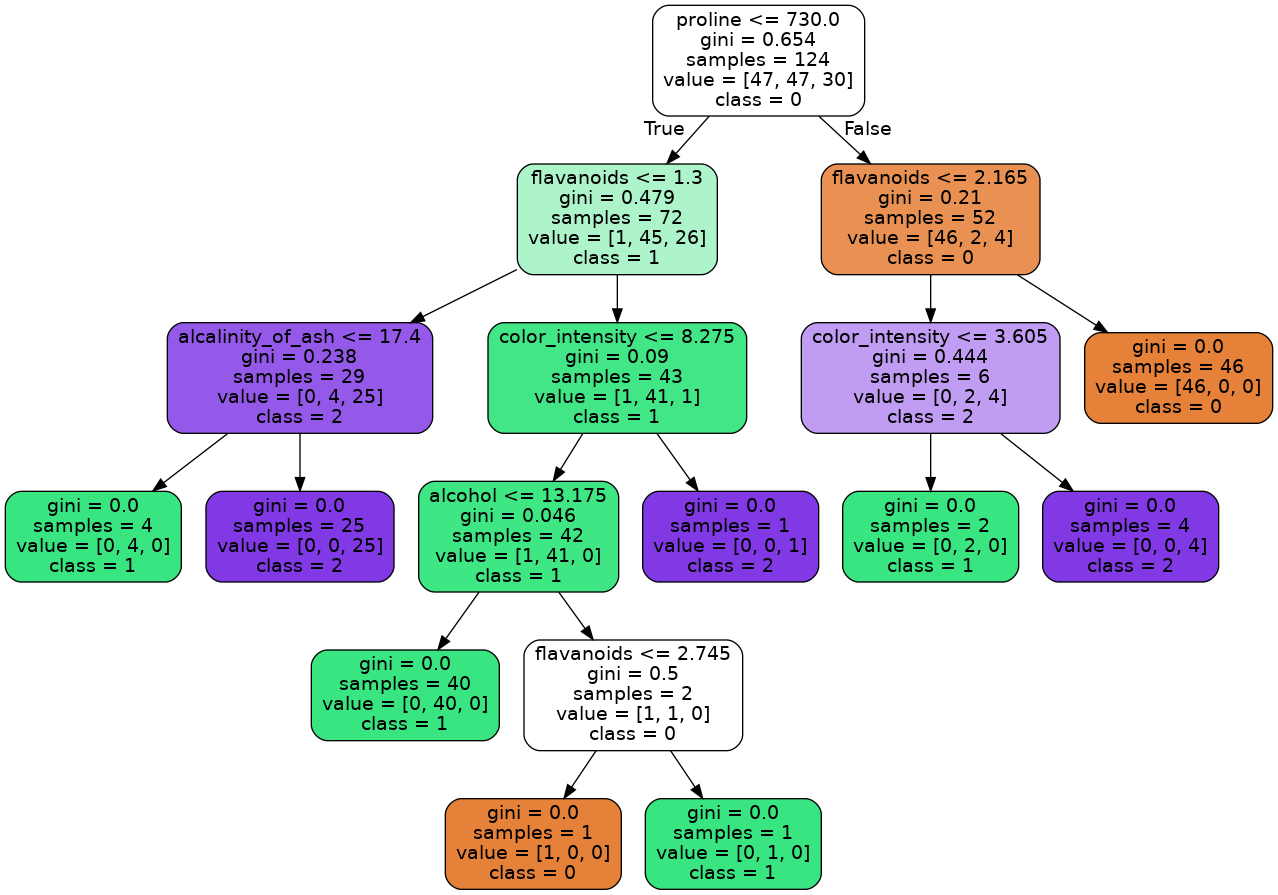
The Graphviz diagram Ch06_監督式學習-分類/tree01.png in mocca006/python2-20250804, before a commit. Its source is kept beside it as Ch06_監督式學習-分類/Tree01.dot. Source of this version:
```dot
digraph Tree {
node [shape=box, style="filled, rounded", color="black", fontname="helvetica"] ;
edge [fontname="helvetica"] ;
0 [label="proline <= 730.0\ngini = 0.654\nsamples = 124\nvalue = [47, 47, 30]\nclass = 0", fillcolor="#ffffff"] ;
1 [label="flavanoids <= 1.3\ngini = 0.479\nsamples = 72\nvalue = [1, 45, 26]\nclass = 1", fillcolor="#adf4cb"] ;
0 -> 1 [labeldistance=2.5, labelangle=45, headlabel="True"] ;
2 [label="alcalinity_of_ash <= 17.4\ngini = 0.238\nsamples = 29\nvalue = [0, 4, 25]\nclass = 2", fillcolor="#9559e9"] ;
1 -> 2 ;
3 [label="gini = 0.0\nsamples = 4\nvalue = [0, 4, 0]\nclass = 1", fillcolor="#39e581"] ;
2 -> 3 ;
4 [label="gini = 0.0\nsamples = 25\nvalue = [0, 0, 25]\nclass = 2", fillcolor="#8139e5"] ;
2 -> 4 ;
5 [label="color_intensity <= 8.275\ngini = 0.09\nsamples = 43\nvalue = [1, 41, 1]\nclass = 1", fillcolor="#42e687"] ;
1 -> 5 ;
6 [label="alcohol <= 13.175\ngini = 0.046\nsamples = 42\nvalue = [1, 41, 0]\nclass = 1", fillcolor="#3ee684"] ;
5 -> 6 ;
7 [label="gini = 0.0\nsamples = 40\nvalue = [0, 40, 0]\nclass = 1", fillcolor="#39e581"] ;
6 -> 7 ;
8 [label="flavanoids <= 2.745\ngini = 0.5\nsamples = 2\nvalue = [1, 1, 0]\nclass = 0", fillcolor="#ffffff"] ;
6 -> 8 ;
9 [label="gini = 0.0\nsamples = 1\nvalue = [1, 0, 0]\nclass = 0", fillcolor="#e58139"] ;
8 -> 9 ;
10 [label="gini = 0.0\nsamples = 1\nvalue = [0, 1, 0]\nclass = 1", fillcolor="#39e581"] ;
8 -> 10 ;
11 [label="gini = 0.0\nsamples = 1\nvalue = [0, 0, 1]\nclass = 2", fillcolor="#8139e5"] ;
5 -> 11 ;
12 [label="flavanoids <= 2.165\ngini = 0.21\nsamples = 52\nvalue = [46, 2, 4]\nclass = 0", fillcolor="#e89152"] ;
0 -> 12 [labeldistance=2.5, labelangle=-45, headlabel="False"] ;
13 [label="color_intensity <= 3.605\ngini = 0.444\nsamples = 6\nvalue = [0, 2, 4]\nclass = 2", fillcolor="#c09cf2"] ;
12 -> 13 ;
14 [label="gini = 0.0\nsamples = 2\nvalue = [0, 2, 0]\nclass = 1", fillcolor="#39e581"] ;
13 -> 14 ;
15 [label="gini = 0.0\nsamples = 4\nvalue = [0, 0, 4]\nclass = 2", fillcolor="#8139e5"] ;
13 -> 15 ;
16 [label="gini = 0.0\nsamples = 46\nvalue = [46, 0, 0]\nclass = 0", fillcolor="#e58139"] ;
12 -> 16 ;
}
```
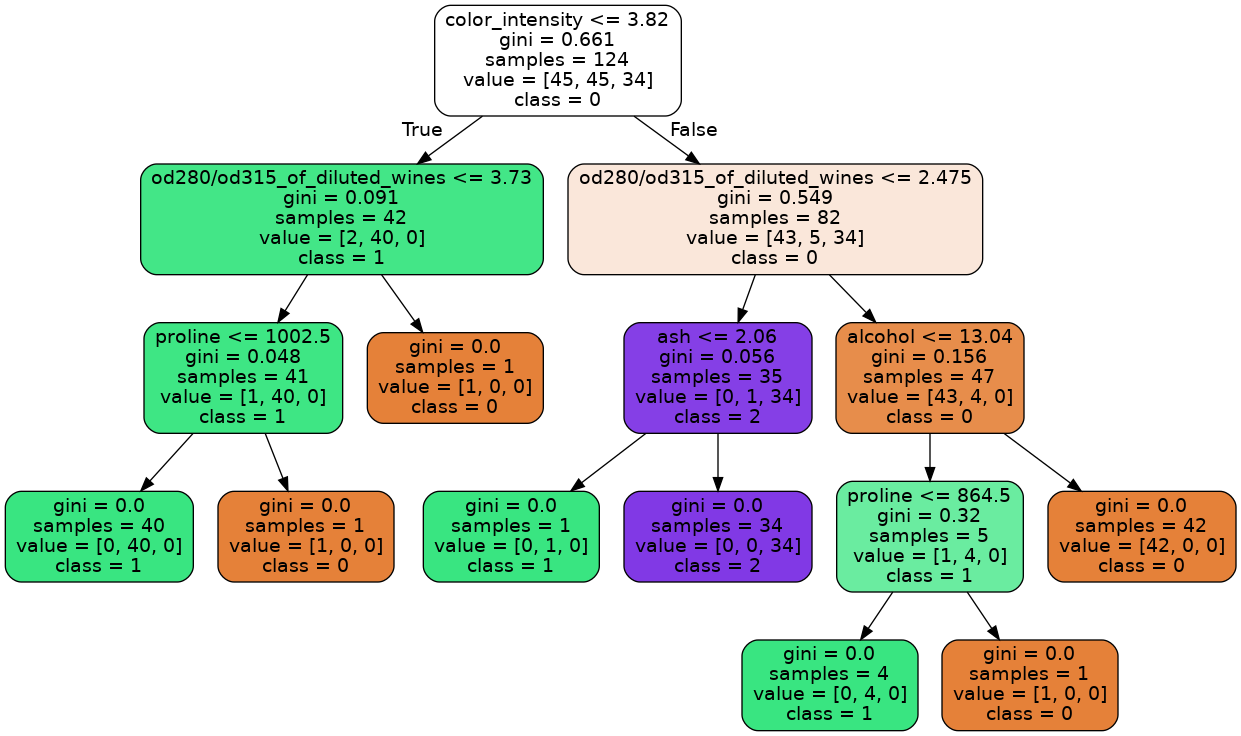
The same file after the commit.

Change to the diagram source:
```diff
@@ -1,37 +1,33 @@
 digraph Tree {
 node [shape=box, style="filled, rounded", color="black", fontname="helvetica"] ;
 edge [fontname="helvetica"] ;
-0 [label="proline <= 730.0\ngini = 0.654\nsamples = 124\nvalue = [47, 47, 30]\nclass = 0", fillcolor="#ffffff"] ;
-1 [label="flavanoids <= 1.3\ngini = 0.479\nsamples = 72\nvalue = [1, 45, 26]\nclass = 1", fillcolor="#adf4cb"] ;
+0 [label="color_intensity <= 3.82\ngini = 0.661\nsamples = 124\nvalue = [45, 45, 34]\nclass = 0", fillcolor="#ffffff"] ;
+1 [label="od280/od315_of_diluted_wines <= 3.73\ngini = 0.091\nsamples = 42\nvalue = [2, 40, 0]\nclass = 1", fillcolor="#43e687"] ;
 0 -> 1 [labeldistance=2.5, labelangle=45, headlabel="True"] ;
-2 [label="alcalinity_of_ash <= 17.4\ngini = 0.238\nsamples = 29\nvalue = [0, 4, 25]\nclass = 2", fillcolor="#9559e9"] ;
+2 [label="proline <= 1002.5\ngini = 0.048\nsamples = 41\nvalue = [1, 40, 0]\nclass = 1", fillcolor="#3ee684"] ;
 1 -> 2 ;
-3 [label="gini = 0.0\nsamples = 4\nvalue = [0, 4, 0]\nclass = 1", fillcolor="#39e581"] ;
+3 [label="gini = 0.0\nsamples = 40\nvalue = [0, 40, 0]\nclass = 1", fillcolor="#39e581"] ;
 2 -> 3 ;
-4 [label="gini = 0.0\nsamples = 25\nvalue = [0, 0, 25]\nclass = 2", fillcolor="#8139e5"] ;
+4 [label="gini = 0.0\nsamples = 1\nvalue = [1, 0, 0]\nclass = 0", fillcolor="#e58139"] ;
 2 -> 4 ;
-5 [label="color_intensity <= 8.275\ngini = 0.09\nsamples = 43\nvalue = [1, 41, 1]\nclass = 1", fillcolor="#42e687"] ;
+5 [label="gini = 0.0\nsamples = 1\nvalue = [1, 0, 0]\nclass = 0", fillcolor="#e58139"] ;
 1 -> 5 ;
-6 [label="alcohol <= 13.175\ngini = 0.046\nsamples = 42\nvalue = [1, 41, 0]\nclass = 1", fillcolor="#3ee684"] ;
-5 -> 6 ;
-7 [label="gini = 0.0\nsamples = 40\nvalue = [0, 40, 0]\nclass = 1", fillcolor="#39e581"] ;
+6 [label="od280/od315_of_diluted_wines <= 2.475\ngini = 0.549\nsamples = 82\nvalue = [43, 5, 34]\nclass = 0", fillcolor="#fae7da"] ;
+0 -> 6 [labeldistance=2.5, labelangle=-45, headlabel="False"] ;
+7 [label="ash <= 2.06\ngini = 0.056\nsamples = 35\nvalue = [0, 1, 34]\nclass = 2", fillcolor="#853fe6"] ;
 6 -> 7 ;
-8 [label="flavanoids <= 2.745\ngini = 0.5\nsamples = 2\nvalue = [1, 1, 0]\nclass = 0", fillcolor="#ffffff"] ;
-6 -> 8 ;
-9 [label="gini = 0.0\nsamples = 1\nvalue = [1, 0, 0]\nclass = 0", fillcolor="#e58139"] ;
-8 -> 9 ;
-10 [label="gini = 0.0\nsamples = 1\nvalue = [0, 1, 0]\nclass = 1", fillcolor="#39e581"] ;
-8 -> 10 ;
-11 [label="gini = 0.0\nsamples = 1\nvalue = [0, 0, 1]\nclass = 2", fillcolor="#8139e5"] ;
-5 -> 11 ;
-12 [label="flavanoids <= 2.165\ngini = 0.21\nsamples = 52\nvalue = [46, 2, 4]\nclass = 0", fillcolor="#e89152"] ;
-0 -> 12 [labeldistance=2.5, labelangle=-45, headlabel="False"] ;
-13 [label="color_intensity <= 3.605\ngini = 0.444\nsamples = 6\nvalue = [0, 2, 4]\nclass = 2", fillcolor="#c09cf2"] ;
-12 -> 13 ;
-14 [label="gini = 0.0\nsamples = 2\nvalue = [0, 2, 0]\nclass = 1", fillcolor="#39e581"] ;
-13 -> 14 ;
-15 [label="gini = 0.0\nsamples = 4\nvalue = [0, 0, 4]\nclass = 2", fillcolor="#8139e5"] ;
-13 -> 15 ;
-16 [label="gini = 0.0\nsamples = 46\nvalue = [46, 0, 0]\nclass = 0", fillcolor="#e58139"] ;
-12 -> 16 ;
+8 [label="gini = 0.0\nsamples = 1\nvalue = [0, 1, 0]\nclass = 1", fillcolor="#39e581"] ;
+7 -> 8 ;
+9 [label="gini = 0.0\nsamples = 34\nvalue = [0, 0, 34]\nclass = 2", fillcolor="#8139e5"] ;
+7 -> 9 ;
+10 [label="alcohol <= 13.04\ngini = 0.156\nsamples = 47\nvalue = [43, 4, 0]\nclass = 0", fillcolor="#e78d4b"] ;
+6 -> 10 ;
+11 [label="proline <= 864.5\ngini = 0.32\nsamples = 5\nvalue = [1, 4, 0]\nclass = 1", fillcolor="#6aeca0"] ;
+10 -> 11 ;
+12 [label="gini = 0.0\nsamples = 4\nvalue = [0, 4, 0]\nclass = 1", fillcolor="#39e581"] ;
+11 -> 12 ;
+13 [label="gini = 0.0\nsamples = 1\nvalue = [1, 0, 0]\nclass = 0", fillcolor="#e58139"] ;
+11 -> 13 ;
+14 [label="gini = 0.0\nsamples = 42\nvalue = [42, 0, 0]\nclass = 0", fillcolor="#e58139"] ;
+10 -> 14 ;
 }
```
